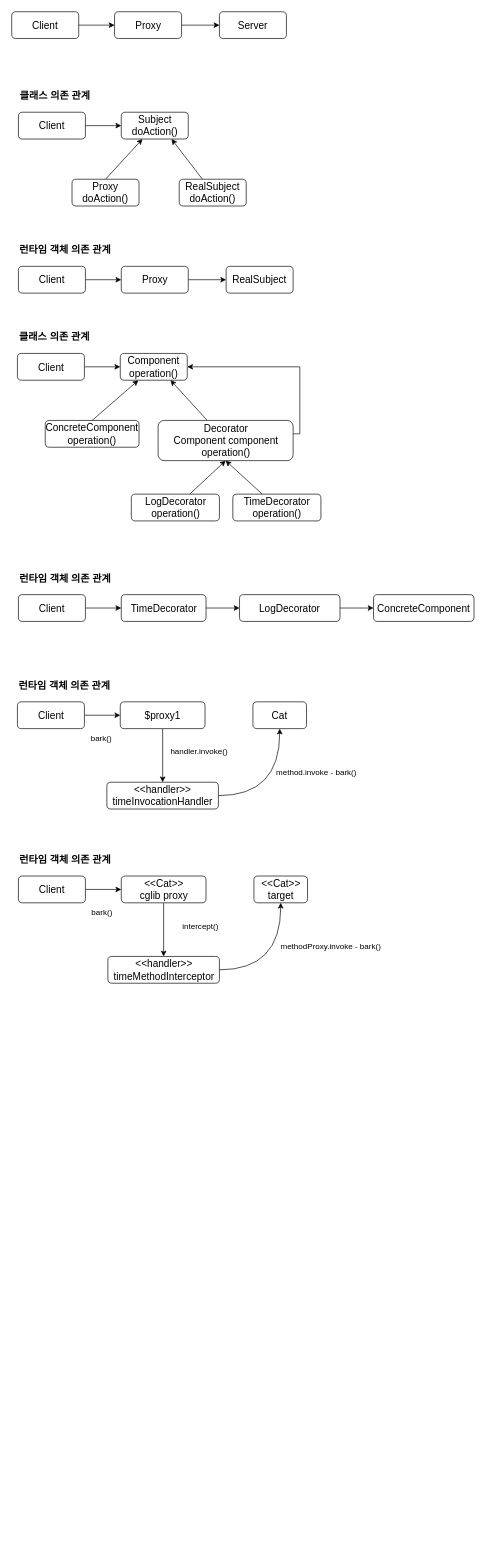
Earlier version of the draw.io diagram proxy.drawio (corns90/drawio). Source tidied: cells renumbered, new cells numbered last; positions are measured from the earlier drawing's top-left corner, leaving out a move shared by most shapes. Both pictures are drawn from the tidied source at 67%, with x=0, y=0 at pixel (11, 11).
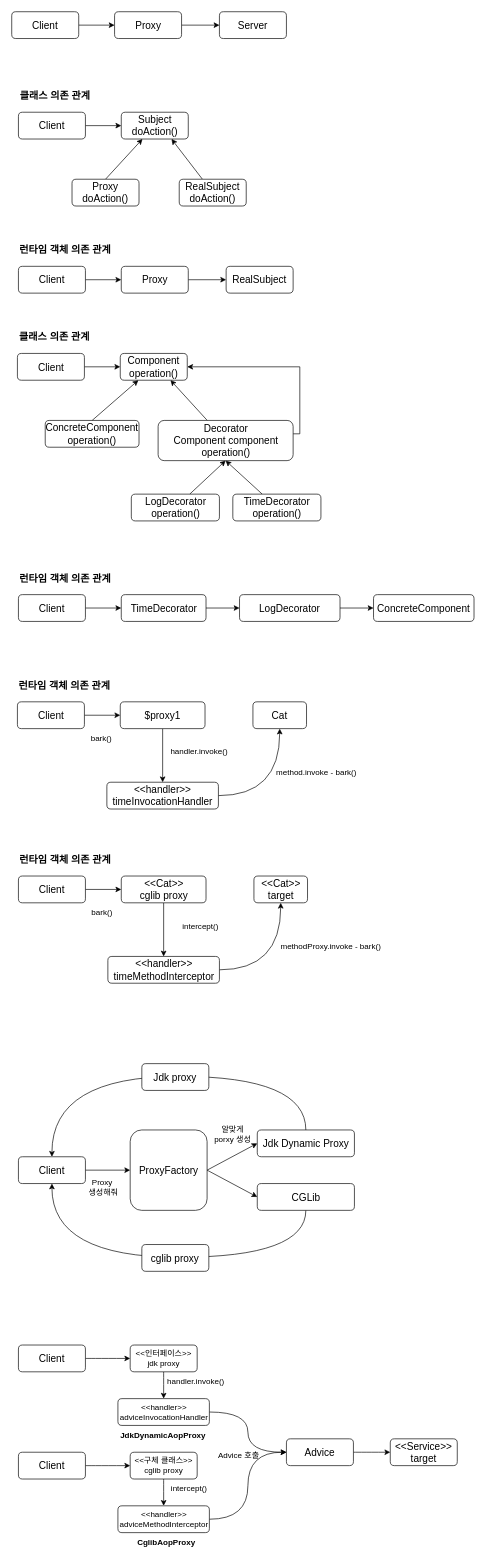
After the change.

The edit, as a diff of the source:
```diff
@@
+    <mxCell id="64" style="edgeStyle=orthogonalEdgeStyle;rounded=0;jettySize=auto;html=1;entryX=0;entryY=0.5;entryDx=0;entryDy=0;" parent="1" edge="1" source="65" target="68">
+      <mxGeometry relative="1" as="geometry" />
+    </mxCell>
+    <mxCell id="65" value="&lt;font style=&quot;font-size: 15px;&quot;&gt;Client&lt;/font&gt;" style="rounded=1;whiteSpace=wrap;html=1;" parent="1" vertex="1">
+      <mxGeometry x="10" y="1709" width="100" height="40" as="geometry" />
+    </mxCell>
+    <mxCell id="66" style="rounded=0;jettySize=auto;html=1;entryX=0;entryY=0.5;entryDx=0;entryDy=0;exitX=1;exitY=0.5;exitDx=0;exitDy=0;" parent="1" edge="1" source="68" target="70">
+      <mxGeometry relative="1" as="geometry" />
+    </mxCell>
+    <mxCell id="67" style="edgeStyle=none;rounded=0;jettySize=auto;html=1;entryX=0;entryY=0.5;entryDx=0;entryDy=0;exitX=1;exitY=0.5;exitDx=0;exitDy=0;" parent="1" edge="1" source="68" target="72">
+      <mxGeometry relative="1" as="geometry" />
+    </mxCell>
+    <mxCell id="68" value="&lt;span style=&quot;font-size: 15px;&quot;&gt;ProxyFactory&lt;/span&gt;" style="rounded=1;whiteSpace=wrap;html=1;" parent="1" vertex="1">
+      <mxGeometry x="176.8" y="1669" width="114.8" height="120" as="geometry" />
+    </mxCell>
+    <mxCell id="69" style="edgeStyle=orthogonalEdgeStyle;curved=1;rounded=0;jettySize=auto;html=1;entryX=0.5;entryY=0;entryDx=0;entryDy=0;" parent="1" edge="1" source="70" target="65">
+      <mxGeometry relative="1" as="geometry">
+        <Array as="points">
+          <mxPoint x="439.5" y="1589" />
+          <mxPoint x="60.5" y="1589" />
+        </Array>
+      </mxGeometry>
+    </mxCell>
+    <mxCell id="70" value="&lt;span style=&quot;font-size: 15px;&quot;&gt;Jdk Dynamic Proxy&lt;/span&gt;" style="rounded=1;whiteSpace=wrap;html=1;" parent="1" vertex="1">
+      <mxGeometry x="366.5" y="1669" width="145" height="40" as="geometry" />
+    </mxCell>
+    <mxCell id="71" style="edgeStyle=orthogonalEdgeStyle;curved=1;rounded=0;jettySize=auto;html=1;entryX=0.5;entryY=1;entryDx=0;entryDy=0;" parent="1" edge="1" source="72" target="65">
+      <mxGeometry relative="1" as="geometry">
+        <Array as="points">
+          <mxPoint x="439.5" y="1859" />
+          <mxPoint x="60.5" y="1859" />
+        </Array>
+      </mxGeometry>
+    </mxCell>
+    <mxCell id="72" value="&lt;font style=&quot;font-size: 15px;&quot;&gt;CGLib&lt;/font&gt;" style="rounded=1;whiteSpace=wrap;html=1;" parent="1" vertex="1">
+      <mxGeometry x="366.5" y="1749" width="145" height="40" as="geometry" />
+    </mxCell>
+    <mxCell id="73" value="Proxy&amp;nbsp;&lt;br&gt;생성해줘" style="text;html=1;strokeColor=none;fillColor=none;align=center;verticalAlign=middle;whiteSpace=wrap;rounded=0;" parent="1" vertex="1">
+      <mxGeometry x="106.5" y="1739" width="60" height="30" as="geometry" />
+    </mxCell>
+    <mxCell id="74" value="&lt;span style=&quot;font-size: 15px;&quot;&gt;Jdk proxy&lt;/span&gt;" style="rounded=1;whiteSpace=wrap;html=1;" parent="1" vertex="1">
+      <mxGeometry x="194.2" y="1570" width="100" height="40" as="geometry" />
+    </mxCell>
+    <mxCell id="75" value="&lt;span style=&quot;font-size: 15px;&quot;&gt;cglib proxy&lt;/span&gt;" style="rounded=1;whiteSpace=wrap;html=1;" parent="1" vertex="1">
+      <mxGeometry x="194.2" y="1840" width="100" height="40" as="geometry" />
+    </mxCell>
+    <mxCell id="76" value="알맞게&lt;br&gt;porxy 생성" style="text;html=1;strokeColor=none;fillColor=none;align=center;verticalAlign=middle;whiteSpace=wrap;rounded=0;" parent="1" vertex="1">
+      <mxGeometry x="300" y="1660" width="60" height="30" as="geometry" />
+    </mxCell>
+    <mxCell id="77" style="edgeStyle=orthogonalEdgeStyle;curved=1;rounded=0;jettySize=auto;html=1;fontSize=12;" parent="1" edge="1" source="78" target="82">
+      <mxGeometry relative="1" as="geometry" />
+    </mxCell>
+    <mxCell id="78" value="&lt;font style=&quot;font-size: 15px;&quot;&gt;Client&lt;/font&gt;" style="rounded=1;whiteSpace=wrap;html=1;" parent="1" vertex="1">
+      <mxGeometry x="10" y="1990" width="100" height="40" as="geometry" />
+    </mxCell>
+    <mxCell id="79" style="edgeStyle=orthogonalEdgeStyle;curved=1;rounded=0;jettySize=auto;html=1;entryX=0;entryY=0.5;entryDx=0;entryDy=0;fontSize=12;" parent="1" edge="1" source="80" target="84">
+      <mxGeometry relative="1" as="geometry" />
+    </mxCell>
+    <mxCell id="80" value="&lt;font style=&quot;font-size: 15px;&quot;&gt;Client&lt;/font&gt;" style="rounded=1;whiteSpace=wrap;html=1;" parent="1" vertex="1">
+      <mxGeometry x="10" y="2150" width="100" height="40" as="geometry" />
+    </mxCell>
+    <mxCell id="81" style="edgeStyle=orthogonalEdgeStyle;curved=1;rounded=0;jettySize=auto;html=1;entryX=0.5;entryY=0;entryDx=0;entryDy=0;fontSize=12;" parent="1" edge="1" source="82" target="86">
+      <mxGeometry relative="1" as="geometry" />
+    </mxCell>
+    <mxCell id="82" value="&lt;font style=&quot;font-size: 12px;&quot;&gt;&amp;lt;&amp;lt;인터페이스&amp;gt;&amp;gt;&lt;br&gt;jdk proxy&lt;br&gt;&lt;/font&gt;" style="rounded=1;whiteSpace=wrap;html=1;" parent="1" vertex="1">
+      <mxGeometry x="176.8" y="1990" width="100" height="40" as="geometry" />
+    </mxCell>
+    <mxCell id="83" style="edgeStyle=orthogonalEdgeStyle;curved=1;rounded=0;jettySize=auto;html=1;entryX=0.5;entryY=0;entryDx=0;entryDy=0;fontSize=12;" parent="1" edge="1" source="84" target="88">
+      <mxGeometry relative="1" as="geometry" />
+    </mxCell>
+    <mxCell id="84" value="&amp;lt;&amp;lt;구체 클래스&amp;gt;&amp;gt;&lt;br&gt;cglib proxy" style="rounded=1;whiteSpace=wrap;html=1;" parent="1" vertex="1">
+      <mxGeometry x="176.8" y="2150" width="100" height="40" as="geometry" />
+    </mxCell>
+    <mxCell id="85" style="edgeStyle=orthogonalEdgeStyle;curved=1;rounded=0;jettySize=auto;html=1;entryX=0;entryY=0.5;entryDx=0;entryDy=0;fontSize=12;" parent="1" edge="1" source="86" target="90">
+      <mxGeometry relative="1" as="geometry" />
+    </mxCell>
+    <mxCell id="86" value="&lt;font style=&quot;font-size: 12px;&quot;&gt;&amp;lt;&amp;lt;handler&amp;gt;&amp;gt;&lt;br&gt;adviceInvocationHandler&lt;br&gt;&lt;/font&gt;" style="rounded=1;whiteSpace=wrap;html=1;" parent="1" vertex="1">
+      <mxGeometry x="158.5" y="2070" width="136.5" height="40" as="geometry" />
+    </mxCell>
+    <mxCell id="87" style="edgeStyle=orthogonalEdgeStyle;curved=1;rounded=0;jettySize=auto;html=1;entryX=0;entryY=0.5;entryDx=0;entryDy=0;fontSize=12;" parent="1" edge="1" source="88" target="90">
+      <mxGeometry relative="1" as="geometry" />
+    </mxCell>
+    <mxCell id="88" value="&lt;font style=&quot;font-size: 12px;&quot;&gt;&amp;lt;&amp;lt;handler&amp;gt;&amp;gt;&lt;br&gt;adviceMethodInterceptor&lt;br&gt;&lt;/font&gt;" style="rounded=1;whiteSpace=wrap;html=1;" parent="1" vertex="1">
+      <mxGeometry x="158.5" y="2230" width="136.5" height="40" as="geometry" />
+    </mxCell>
+    <mxCell id="89" style="edgeStyle=orthogonalEdgeStyle;curved=1;rounded=0;jettySize=auto;html=1;entryX=0;entryY=0.5;entryDx=0;entryDy=0;fontSize=12;" parent="1" edge="1" source="90" target="91">
+      <mxGeometry relative="1" as="geometry" />
+    </mxCell>
+    <mxCell id="90" value="&lt;font style=&quot;font-size: 15px;&quot;&gt;Advice&lt;/font&gt;" style="rounded=1;whiteSpace=wrap;html=1;" parent="1" vertex="1">
+      <mxGeometry x="410" y="2130" width="100" height="40" as="geometry" />
+    </mxCell>
+    <mxCell id="91" value="&lt;font style=&quot;font-size: 15px;&quot;&gt;&amp;lt;&amp;lt;Service&amp;gt;&amp;gt;&lt;br&gt;target&lt;/font&gt;" style="rounded=1;whiteSpace=wrap;html=1;" parent="1" vertex="1">
+      <mxGeometry x="565" y="2130" width="100" height="40" as="geometry" />
+    </mxCell>
+    <mxCell id="92" value="Advice 호출" style="text;html=1;strokeColor=none;fillColor=none;align=center;verticalAlign=middle;whiteSpace=wrap;rounded=0;" parent="1" vertex="1">
+      <mxGeometry x="306.5" y="2140" width="63.5" height="30" as="geometry" />
+    </mxCell>
+    <mxCell id="93" value="handler.invoke()" style="text;html=1;strokeColor=none;fillColor=none;align=center;verticalAlign=middle;whiteSpace=wrap;rounded=0;" parent="1" vertex="1">
+      <mxGeometry x="243" y="2030" width="63.5" height="30" as="geometry" />
+    </mxCell>
+    <mxCell id="94" value="intercept()" style="text;html=1;strokeColor=none;fillColor=none;align=center;verticalAlign=middle;whiteSpace=wrap;rounded=0;" parent="1" vertex="1">
+      <mxGeometry x="235" y="2190" width="60" height="30" as="geometry" />
+    </mxCell>
+    <mxCell id="95" value="JdkDynamicAopProxy" style="text;html=1;strokeColor=none;fillColor=none;align=center;verticalAlign=middle;whiteSpace=wrap;rounded=0;fontStyle=1;" parent="1" vertex="1">
+      <mxGeometry x="193.5" y="2110" width="63.5" height="30" as="geometry" />
+    </mxCell>
+    <mxCell id="96" value="CglibAopProxy" style="text;html=1;strokeColor=none;fillColor=none;align=center;verticalAlign=middle;whiteSpace=wrap;rounded=0;fontStyle=1;" parent="1" vertex="1">
+      <mxGeometry x="198.5" y="2270" width="63.5" height="30" as="geometry" />
+    </mxCell>
```
